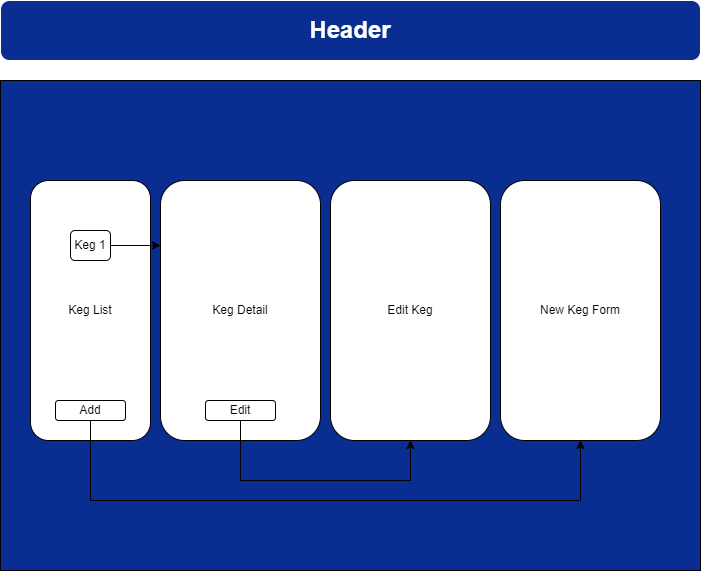
paigetiedeman/tap-room keeps this draw.io diagram as src/img/Seltzer.drawio.png. Above is the earlier version. Source tidied: cells renumbered, new cells last; positions are measured from the earlier drawing's top-left corner, leaving out a move shared by most shapes. The source it was exported from:
```xml
<mxGraphModel>
  <root>
    <mxCell id="0" />
    <mxCell id="1" parent="0" />
    <mxCell id="2" style="rounded=0;whiteSpace=wrap;html=1;fillColor=#092D91;" parent="1" vertex="1">
      <mxGeometry y="80" width="700" height="490" as="geometry" />
    </mxCell>
    <mxCell id="3" value="&lt;h1&gt;&lt;font color=&quot;#ffffff&quot;&gt;Header&lt;/font&gt;&lt;/h1&gt;" style="rounded=1;whiteSpace=wrap;html=1;fillColor=#092D91;strokeColor=#FFFFFF;" parent="1" vertex="1">
      <mxGeometry width="700" height="60" as="geometry" />
    </mxCell>
    <mxCell id="4" value="Keg List" style="rounded=1;whiteSpace=wrap;html=1;" parent="1" vertex="1">
      <mxGeometry x="30" y="180" width="120" height="260" as="geometry" />
    </mxCell>
    <mxCell id="5" value="Keg Detail" style="rounded=1;whiteSpace=wrap;html=1;" parent="1" vertex="1">
      <mxGeometry x="160" y="180" width="160" height="260" as="geometry" />
    </mxCell>
    <mxCell id="6" value="Edit Keg" style="rounded=1;whiteSpace=wrap;html=1;" parent="1" vertex="1">
      <mxGeometry x="330" y="180" width="160" height="260" as="geometry" />
    </mxCell>
    <mxCell id="7" value="New Keg Form" style="rounded=1;whiteSpace=wrap;html=1;" parent="1" vertex="1">
      <mxGeometry x="500" y="180" width="160" height="260" as="geometry" />
    </mxCell>
    <mxCell id="8" style="endArrow=classic;html=1;rounded=0;exitX=0.5;exitY=1;exitDx=0;exitDy=0;entryX=0.5;entryY=1;entryDx=0;entryDy=0;" parent="1" edge="1" source="9" target="7">
      <mxGeometry relative="1" as="geometry">
        <Array as="points">
          <mxPoint x="90" y="500" />
          <mxPoint x="580" y="500" />
        </Array>
      </mxGeometry>
    </mxCell>
    <mxCell id="9" value="Add" style="rounded=1;whiteSpace=wrap;html=1;" parent="1" vertex="1">
      <mxGeometry x="55" y="400" width="70" height="20" as="geometry" />
    </mxCell>
    <mxCell id="10" value="Edit" style="rounded=1;whiteSpace=wrap;html=1;" parent="1" vertex="1">
      <mxGeometry x="205" y="400" width="70" height="20" as="geometry" />
    </mxCell>
    <mxCell id="11" style="endArrow=classic;html=1;rounded=0;exitX=0.5;exitY=1;exitDx=0;exitDy=0;entryX=0.5;entryY=1;entryDx=0;entryDy=0;" parent="1" edge="1" target="6">
      <mxGeometry relative="1" as="geometry">
        <mxPoint x="240" y="420" as="sourcePoint" />
        <Array as="points">
          <mxPoint x="240" y="480" />
          <mxPoint x="410" y="480" />
        </Array>
      </mxGeometry>
    </mxCell>
    <mxCell id="12" value="Keg 1" style="rounded=1;whiteSpace=wrap;html=1;" parent="1" vertex="1">
      <mxGeometry x="70" y="230" width="40" height="30" as="geometry" />
    </mxCell>
    <mxCell id="13" style="endArrow=classic;html=1;rounded=0;exitX=1;exitY=0.5;exitDx=0;exitDy=0;entryX=0;entryY=0.25;entryDx=0;entryDy=0;strokeColor=#000000;" parent="1" edge="1" source="12" target="5">
      <mxGeometry relative="1" as="geometry" />
    </mxCell>
  </root>
</mxGraphModel>
```
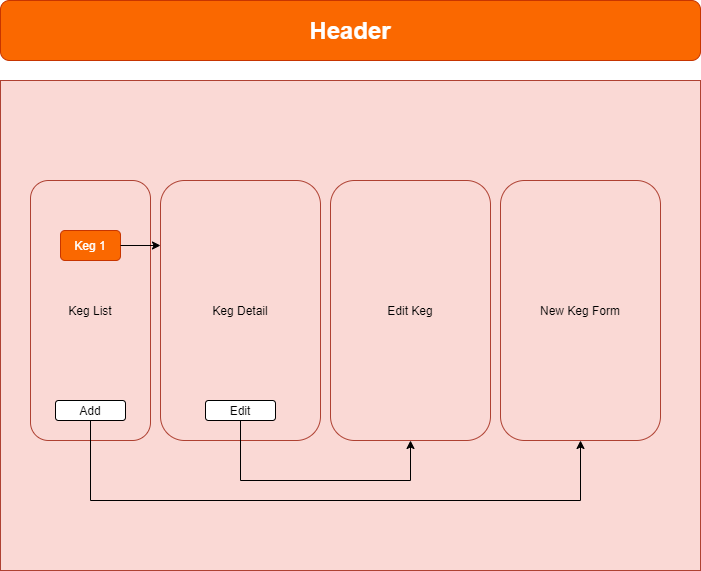
After the commit.

The edit, as a diff of the source:
```diff
@@ -2,25 +2,25 @@
   <root>
     <mxCell id="0" />
     <mxCell id="1" parent="0" />
-    <mxCell id="2" style="rounded=0;whiteSpace=wrap;html=1;fillColor=#092D91;" parent="1" vertex="1">
+    <mxCell id="2" style="rounded=0;whiteSpace=wrap;html=1;fillColor=#fad9d5;strokeColor=#ae4132;" parent="1" vertex="1">
       <mxGeometry y="80" width="700" height="490" as="geometry" />
     </mxCell>
-    <mxCell id="3" value="&lt;h1&gt;&lt;font color=&quot;#ffffff&quot;&gt;Header&lt;/font&gt;&lt;/h1&gt;" style="rounded=1;whiteSpace=wrap;html=1;fillColor=#092D91;strokeColor=#FFFFFF;" parent="1" vertex="1">
+    <mxCell id="3" value="&lt;h1&gt;&lt;font color=&quot;#ffffff&quot;&gt;Header&lt;/font&gt;&lt;/h1&gt;" style="rounded=1;whiteSpace=wrap;html=1;fillColor=#fa6800;strokeColor=#C73500;fontColor=#000000;" parent="1" vertex="1">
       <mxGeometry width="700" height="60" as="geometry" />
     </mxCell>
-    <mxCell id="4" value="Keg List" style="rounded=1;whiteSpace=wrap;html=1;" parent="1" vertex="1">
+    <mxCell id="4" value="&lt;font color=&quot;#000000&quot;&gt;Keg List&lt;/font&gt;" style="rounded=1;whiteSpace=wrap;html=1;fillColor=#fad9d5;strokeColor=#ae4132;" parent="1" vertex="1">
       <mxGeometry x="30" y="180" width="120" height="260" as="geometry" />
     </mxCell>
-    <mxCell id="5" value="Keg Detail" style="rounded=1;whiteSpace=wrap;html=1;" parent="1" vertex="1">
+    <mxCell id="5" value="&lt;font color=&quot;#000000&quot;&gt;Keg Detail&lt;/font&gt;" style="rounded=1;whiteSpace=wrap;html=1;fillColor=#fad9d5;strokeColor=#ae4132;" parent="1" vertex="1">
       <mxGeometry x="160" y="180" width="160" height="260" as="geometry" />
     </mxCell>
-    <mxCell id="6" value="Edit Keg" style="rounded=1;whiteSpace=wrap;html=1;" parent="1" vertex="1">
+    <mxCell id="6" value="&lt;font color=&quot;#000000&quot;&gt;Edit Keg&lt;/font&gt;" style="rounded=1;whiteSpace=wrap;html=1;fillColor=#fad9d5;strokeColor=#ae4132;" parent="1" vertex="1">
       <mxGeometry x="330" y="180" width="160" height="260" as="geometry" />
     </mxCell>
-    <mxCell id="7" value="New Keg Form" style="rounded=1;whiteSpace=wrap;html=1;" parent="1" vertex="1">
+    <mxCell id="7" value="&lt;font color=&quot;#000000&quot;&gt;New Keg Form&lt;/font&gt;" style="rounded=1;whiteSpace=wrap;html=1;fillColor=#fad9d5;strokeColor=#ae4132;" parent="1" vertex="1">
       <mxGeometry x="500" y="180" width="160" height="260" as="geometry" />
     </mxCell>
-    <mxCell id="8" style="endArrow=classic;html=1;rounded=0;exitX=0.5;exitY=1;exitDx=0;exitDy=0;entryX=0.5;entryY=1;entryDx=0;entryDy=0;" parent="1" edge="1" source="9" target="7">
+    <mxCell id="8" style="endArrow=classic;html=1;rounded=0;exitX=0.5;exitY=1;exitDx=0;exitDy=0;entryX=0.5;entryY=1;entryDx=0;entryDy=0;strokeColor=#000000;" parent="1" edge="1" source="9" target="7">
       <mxGeometry relative="1" as="geometry">
         <Array as="points">
           <mxPoint x="90" y="500" />
@@ -34,7 +34,7 @@
     <mxCell id="10" value="Edit" style="rounded=1;whiteSpace=wrap;html=1;" parent="1" vertex="1">
       <mxGeometry x="205" y="400" width="70" height="20" as="geometry" />
     </mxCell>
-    <mxCell id="11" style="endArrow=classic;html=1;rounded=0;exitX=0.5;exitY=1;exitDx=0;exitDy=0;entryX=0.5;entryY=1;entryDx=0;entryDy=0;" parent="1" edge="1" target="6">
+    <mxCell id="11" style="endArrow=classic;html=1;rounded=0;exitX=0.5;exitY=1;exitDx=0;exitDy=0;entryX=0.5;entryY=1;entryDx=0;entryDy=0;strokeColor=#000000;" parent="1" edge="1" target="6">
       <mxGeometry relative="1" as="geometry">
         <mxPoint x="240" y="420" as="sourcePoint" />
         <Array as="points">
@@ -43,8 +43,8 @@
         </Array>
       </mxGeometry>
     </mxCell>
-    <mxCell id="12" value="Keg 1" style="rounded=1;whiteSpace=wrap;html=1;" parent="1" vertex="1">
-      <mxGeometry x="70" y="230" width="40" height="30" as="geometry" />
+    <mxCell id="12" value="&lt;font color=&quot;#ffffff&quot;&gt;Keg 1&lt;/font&gt;" style="rounded=1;whiteSpace=wrap;html=1;fillColor=#fa6800;strokeColor=#C73500;fontColor=#000000;" parent="1" vertex="1">
+      <mxGeometry x="60" y="230" width="60" height="30" as="geometry" />
     </mxCell>
     <mxCell id="13" style="endArrow=classic;html=1;rounded=0;exitX=1;exitY=0.5;exitDx=0;exitDy=0;entryX=0;entryY=0.25;entryDx=0;entryDy=0;strokeColor=#000000;" parent="1" edge="1" source="12" target="5">
       <mxGeometry relative="1" as="geometry" />
```
